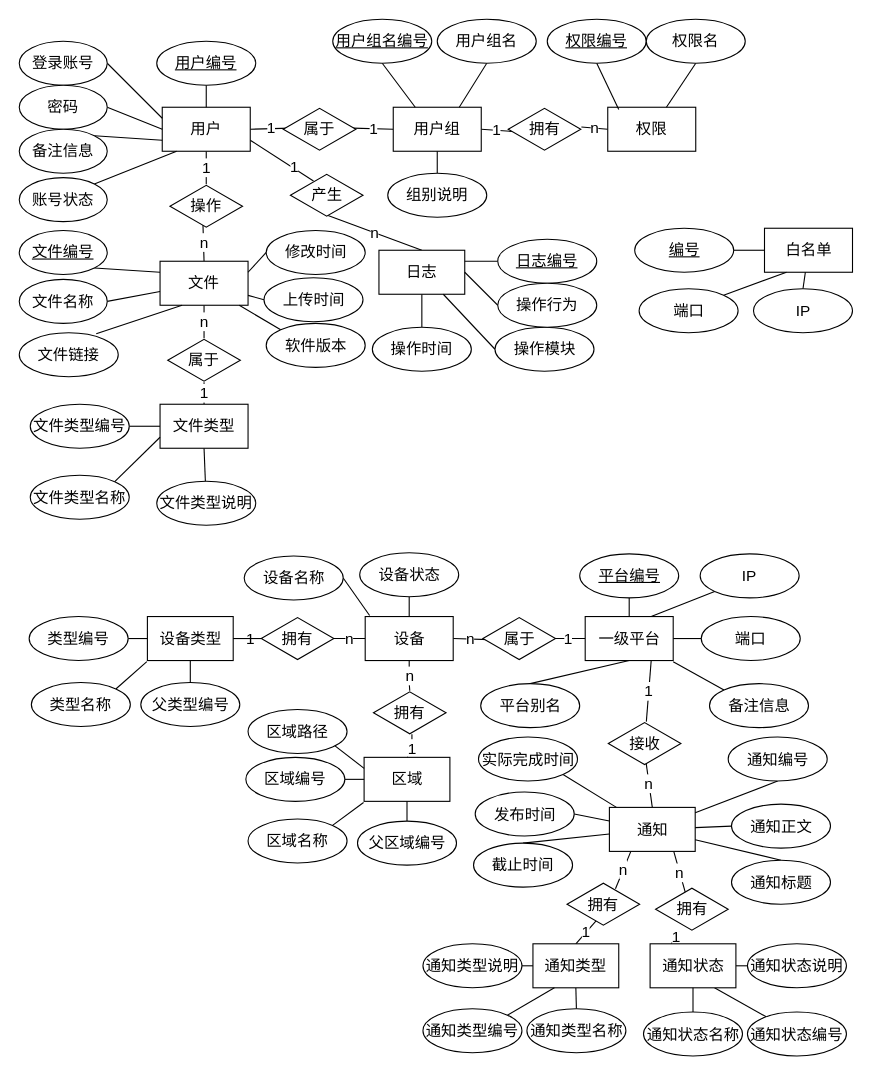
This is E-R.drawio from waterwatermelon/graph, a draw.io file, before an edit. Source tidied: cells renumbered, new cells numbered last; positions are measured from the earlier drawing's top-left corner, leaving out a move shared by most shapes. Both pictures are drawn from the tidied source at 110%, with x=0, y=0 at pixel (19, 19).
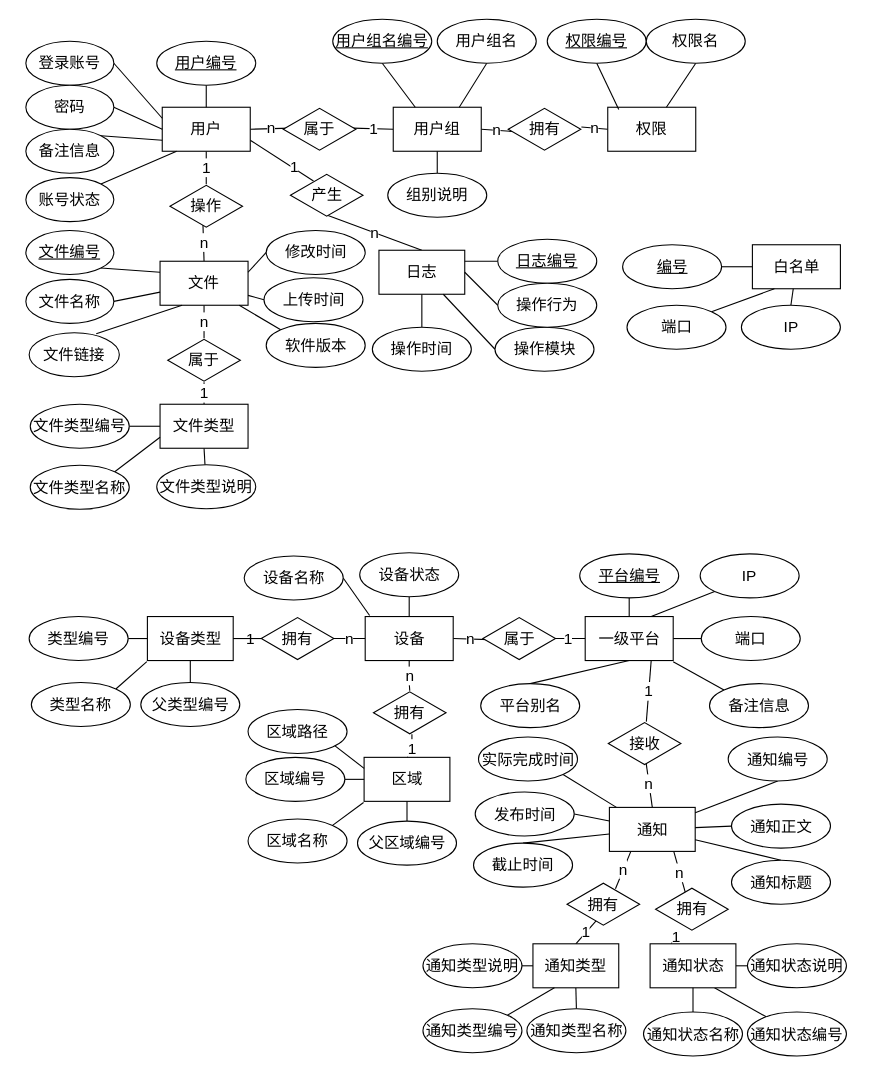
The same diagram, later.

Unchanged cells that the change refers to:
```xml
<mxCell id="6" value="用户" style="rounded=0;whiteSpace=wrap;html=1;fontSize=14;" parent="1" vertex="1">
  <mxGeometry x="130" y="80" width="80" height="40" as="geometry" />
</mxCell>
<mxCell id="15" value="用户组" style="rounded=0;whiteSpace=wrap;html=1;fontSize=14;" parent="1" vertex="1">
  <mxGeometry x="340" y="80" width="80" height="40" as="geometry" />
</mxCell>
<mxCell id="16" value="属于" style="html=1;whiteSpace=wrap;shape=isoRectangle;fontSize=14;" parent="1" vertex="1">
  <mxGeometry x="240" y="80" width="66" height="40" as="geometry" />
</mxCell>
<mxCell id="27" value="拥有" style="html=1;whiteSpace=wrap;shape=isoRectangle;fontSize=14;" parent="1" vertex="1">
  <mxGeometry x="444.5" y="80" width="66" height="40" as="geometry" />
</mxCell>
```

Change to the diagram source:
```diff
@@
-    <mxCell id="2" value="1" style="edgeStyle=none;rounded=0;jettySize=auto;html=1;exitX=1;exitY=0.5;exitDx=0;exitDy=0;entryX=0.106;entryY=0.475;entryDx=0;entryDy=0;entryPerimeter=0;endArrow=none;endFill=0;fontSize=14;" parent="1" edge="1" source="6" target="16">
+    <mxCell id="2" value="n" style="edgeStyle=none;rounded=0;jettySize=auto;html=1;exitX=1;exitY=0.5;exitDx=0;exitDy=0;entryX=0.106;entryY=0.475;entryDx=0;entryDy=0;entryPerimeter=0;endArrow=none;endFill=0;fontSize=14;" parent="1" edge="1" source="6" target="16">
       <mxGeometry relative="1" as="geometry" />
     </mxCell>
@@
     <mxCell id="8" value="登录账号" style="ellipse;whiteSpace=wrap;html=1;fontSize=14;" parent="1" vertex="1">
-      <mxGeometry y="20" width="80" height="40" as="geometry" />
+      <mxGeometry x="6" y="20" width="80" height="40" as="geometry" />
     </mxCell>
@@
     <mxCell id="10" value="密码" style="ellipse;whiteSpace=wrap;html=1;fontSize=14;" parent="1" vertex="1">
-      <mxGeometry y="60" width="80" height="40" as="geometry" />
+      <mxGeometry x="6" y="60" width="80" height="40" as="geometry" />
     </mxCell>
@@
     <mxCell id="12" value="备注信息" style="ellipse;whiteSpace=wrap;html=1;fontSize=14;" parent="1" vertex="1">
-      <mxGeometry y="100" width="80" height="40" as="geometry" />
+      <mxGeometry x="6" y="100" width="80" height="40" as="geometry" />
     </mxCell>
@@
-    <mxCell id="14" value="1" style="edgeStyle=none;rounded=0;jettySize=auto;html=1;exitX=1;exitY=0.5;exitDx=0;exitDy=0;entryX=0.053;entryY=0.55;entryDx=0;entryDy=0;entryPerimeter=0;endArrow=none;endFill=0;fontSize=14;" parent="1" edge="1" source="15" target="27">
+    <mxCell id="14" value="n" style="edgeStyle=none;rounded=0;jettySize=auto;html=1;exitX=1;exitY=0.5;exitDx=0;exitDy=0;entryX=0.053;entryY=0.55;entryDx=0;entryDy=0;entryPerimeter=0;endArrow=none;endFill=0;fontSize=14;" parent="1" edge="1" source="15" target="27">
       <mxGeometry relative="1" as="geometry" />
     </mxCell>
@@
     <mxCell id="46" value="白名单" style="rounded=0;whiteSpace=wrap;html=1;fontSize=14;" parent="1" vertex="1">
-      <mxGeometry x="677.5" y="190" width="80" height="40" as="geometry" />
+      <mxGeometry x="666.5" y="205" width="80" height="40" as="geometry" />
     </mxCell>
@@
     <mxCell id="48" value="IP" style="ellipse;whiteSpace=wrap;html=1;fontSize=14;" parent="1" vertex="1">
-      <mxGeometry x="667.5" y="245" width="90" height="40" as="geometry" />
+      <mxGeometry x="656.5" y="260" width="90" height="40" as="geometry" />
     </mxCell>
@@
     <mxCell id="50" value="端口" style="ellipse;whiteSpace=wrap;html=1;fontSize=14;" parent="1" vertex="1">
-      <mxGeometry x="563.5" y="245" width="90" height="40" as="geometry" />
+      <mxGeometry x="552.5" y="260" width="90" height="40" as="geometry" />
     </mxCell>
@@
     <mxCell id="55" value="文件名称" style="ellipse;whiteSpace=wrap;html=1;fontSize=14;" parent="1" vertex="1">
-      <mxGeometry y="236.5" width="80" height="40" as="geometry" />
+      <mxGeometry x="6" y="236.5" width="80" height="40" as="geometry" />
     </mxCell>
@@
     <mxCell id="83" value="账号状态" style="ellipse;whiteSpace=wrap;html=1;fontSize=14;" parent="1" vertex="1">
-      <mxGeometry y="144" width="80" height="40" as="geometry" />
+      <mxGeometry x="6" y="144" width="80" height="40" as="geometry" />
     </mxCell>
@@
     <mxCell id="87" value="&lt;u style=&quot;font-size: 14px;&quot;&gt;文件编号&lt;/u&gt;" style="ellipse;whiteSpace=wrap;html=1;fontSize=14;" parent="1" vertex="1">
-      <mxGeometry y="192" width="80" height="40" as="geometry" />
+      <mxGeometry x="6" y="192" width="80" height="40" as="geometry" />
     </mxCell>
@@
     <mxCell id="91" value="&lt;u style=&quot;font-size: 14px;&quot;&gt;编号&lt;/u&gt;" style="ellipse;whiteSpace=wrap;html=1;fontSize=14;" parent="1" vertex="1">
-      <mxGeometry x="559.5" y="190" width="90" height="40" as="geometry" />
+      <mxGeometry x="548.5" y="205" width="90" height="40" as="geometry" />
     </mxCell>
@@
     <mxCell id="132" value="文件链接" style="ellipse;whiteSpace=wrap;html=1;fontSize=14;" parent="1" vertex="1">
-      <mxGeometry y="285" width="90" height="40" as="geometry" />
+      <mxGeometry x="9" y="285" width="82" height="40" as="geometry" />
     </mxCell>
@@
     <mxCell id="139" value="文件类型说明" style="ellipse;whiteSpace=wrap;html=1;fontSize=14;" parent="1" vertex="1">
-      <mxGeometry x="125" y="420" width="90" height="40" as="geometry" />
+      <mxGeometry x="125" y="405" width="90" height="40" as="geometry" />
     </mxCell>
@@
     <mxCell id="141" value="文件类型名称" style="ellipse;whiteSpace=wrap;html=1;fontSize=14;" parent="1" vertex="1">
-      <mxGeometry x="10" y="414.5" width="90" height="40" as="geometry" />
+      <mxGeometry x="10" y="405.5" width="90" height="40" as="geometry" />
     </mxCell>
```
